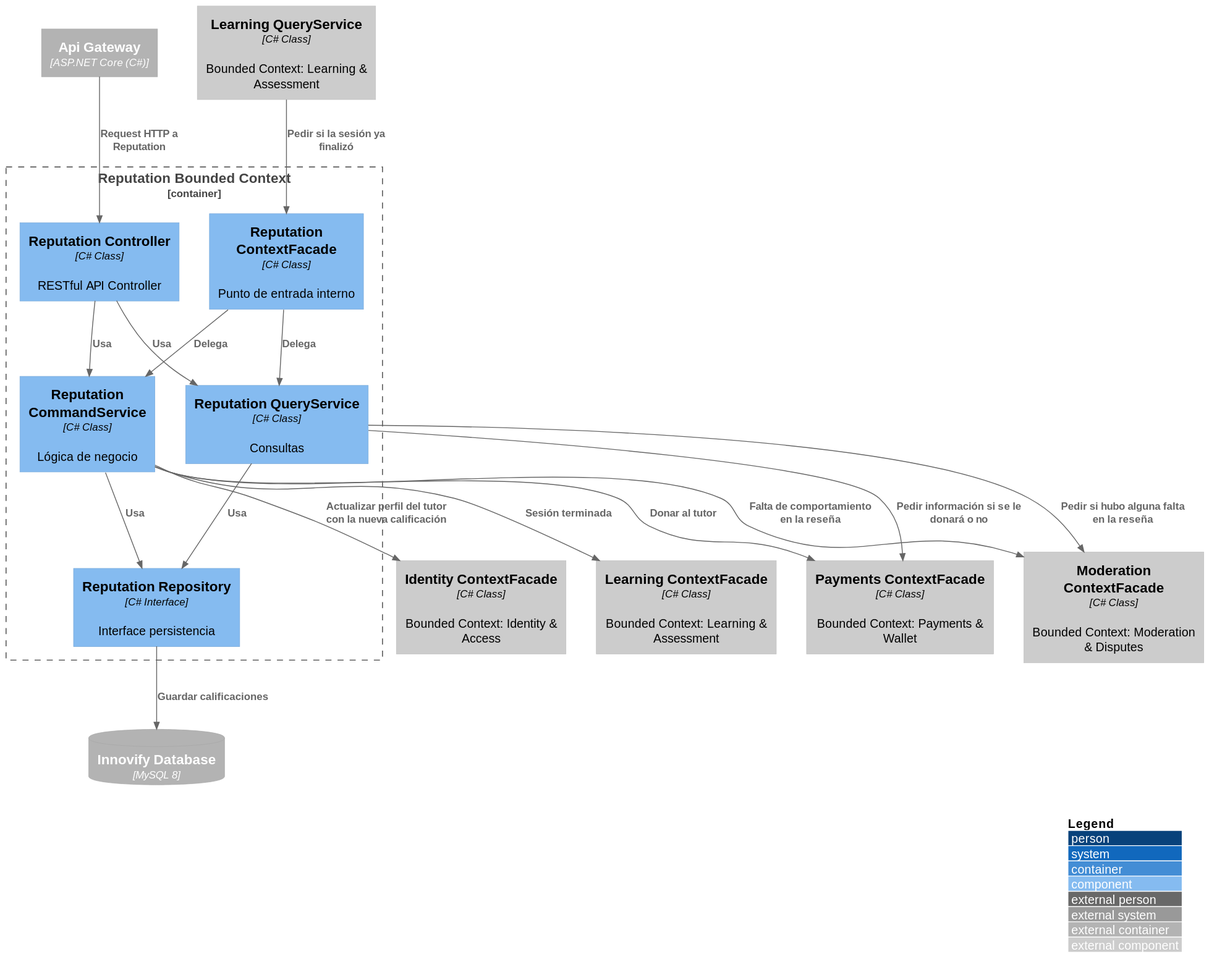
Before: images-doc/ReputationComponent.svg, a diagram exported from PlantUML (Aplicaciones-Dispositivos-Moviles/SkillSwap-ProjectReport). Its diagram source:
```plantuml
@startuml
!include https://raw.githubusercontent.com/plantuml-stdlib/C4-PlantUML/master/C4_Component.puml

LAYOUT_WITH_LEGEND()

Container_Ext(apiGateway, "Api Gateway", "ASP.NET Core (C#)")
ContainerDb_Ext(mainDB, "Innovify Database", "MySQL 8")

Container_Boundary(reputationBC, "Reputation Bounded Context") {
    Component(reputationController, "Reputation Controller", "C# Class", "RESTful API Controller")
    Component(reputationCommandService, "Reputation CommandService", "C# Class", "Lógica de negocio")
    Component(reputationQueryService, "Reputation QueryService", "C# Class", "Consultas")
    Component(reputationRepository, "Reputation Repository", "C# Interface", "Interface persistencia")
    Component(reputationContextFacade, "Reputation ContextFacade", "C# Class", "Punto de entrada interno")
}

Component_Ext(learningQueryService, "Learning QueryService", "C# Class", "Bounded Context: Learning & Assessment")
Component_Ext(learningContextFacade, "Learning ContextFacade", "C# Class", "Bounded Context: Learning & Assessment")
Component_Ext(identityContextFacade, "Identity ContextFacade", "C# Class", "Bounded Context: Identity & Access")
Component_Ext(moderationContextFacade, "Moderation ContextFacade", "C# Class", "Bounded Context: Moderation & Disputes")
Component_Ext(billingContextFacade, "Payments ContextFacade", "C# Class", "Bounded Context: Payments & Wallet")

Rel(apiGateway, reputationController, "Request HTTP a Reputation")
Rel(reputationController, reputationCommandService, "Usa")
Rel(reputationController, reputationQueryService, "Usa")
Rel(reputationCommandService, reputationRepository, "Usa")
Rel(reputationQueryService, reputationRepository, "Usa")
Rel(reputationRepository, mainDB, "Guardar calificaciones")

Rel(learningQueryService, reputationContextFacade, "Pedir si la sesión ya finalizó")
Rel(reputationCommandService, learningContextFacade, "Sesión terminada")
Rel(reputationCommandService, identityContextFacade, "Actualizar perfil del tutor con la nueva calificación")
Rel(reputationQueryService, moderationContextFacade, "Pedir si hubo alguna falta en la reseña")
Rel(reputationQueryService, billingContextFacade, "Pedir información si se le donará o no")
Rel(reputationCommandService, billingContextFacade, "Donar al tutor")
Rel(reputationCommandService, moderationContextFacade, "Falta de comportamiento en la reseña")

Rel(reputationContextFacade, reputationCommandService, "Delega")
Rel(reputationContextFacade, reputationQueryService, "Delega")
@enduml
```
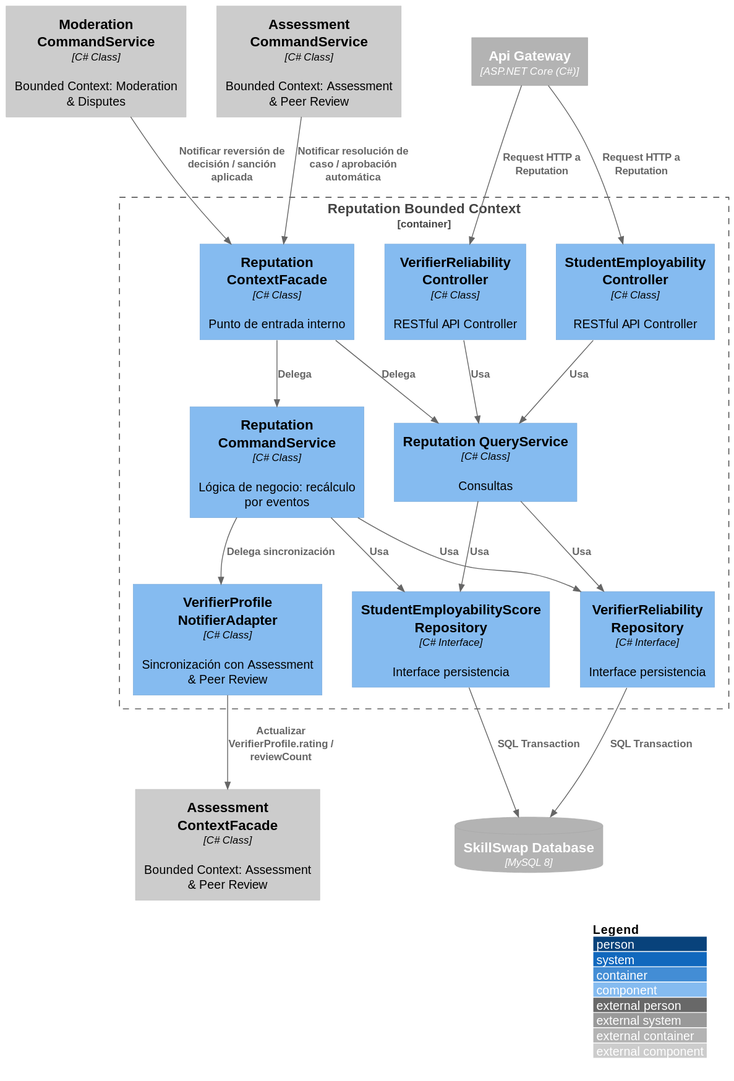
The same diagram one commit later.

Change to the diagram source:
```diff
@@ -4,37 +4,41 @@
 LAYOUT_WITH_LEGEND()
 
 Container_Ext(apiGateway, "Api Gateway", "ASP.NET Core (C#)")
-ContainerDb_Ext(mainDB, "Innovify Database", "MySQL 8")
+ContainerDb_Ext(mainDB, "SkillSwap Database", "MySQL 8")
 
 Container_Boundary(reputationBC, "Reputation Bounded Context") {
-    Component(reputationController, "Reputation Controller", "C# Class", "RESTful API Controller")
-    Component(reputationCommandService, "Reputation CommandService", "C# Class", "Lógica de negocio")
+    Component(verifierReliabilityController, "VerifierReliability Controller", "C# Class", "RESTful API Controller")
+    Component(studentEmployabilityController, "StudentEmployability Controller", "C# Class", "RESTful API Controller")
+    Component(reputationCommandService, "Reputation CommandService", "C# Class", "Lógica de negocio: recálculo por eventos")
     Component(reputationQueryService, "Reputation QueryService", "C# Class", "Consultas")
-    Component(reputationRepository, "Reputation Repository", "C# Interface", "Interface persistencia")
+    Component(verifierReliabilityRepository, "VerifierReliability Repository", "C# Interface", "Interface persistencia")
+    Component(studentEmployabilityRepository, "StudentEmployabilityScore Repository", "C# Interface", "Interface persistencia")
+    Component(verifierProfileNotifierExternal, "VerifierProfile NotifierAdapter", "C# Class", "Sincronización con Assessment & Peer Review")
     Component(reputationContextFacade, "Reputation ContextFacade", "C# Class", "Punto de entrada interno")
 }
 
-Component_Ext(learningQueryService, "Learning QueryService", "C# Class", "Bounded Context: Learning & Assessment")
-Component_Ext(learningContextFacade, "Learning ContextFacade", "C# Class", "Bounded Context: Learning & Assessment")
-Component_Ext(identityContextFacade, "Identity ContextFacade", "C# Class", "Bounded Context: Identity & Access")
-Component_Ext(moderationContextFacade, "Moderation ContextFacade", "C# Class", "Bounded Context: Moderation & Disputes")
-Component_Ext(billingContextFacade, "Payments ContextFacade", "C# Class", "Bounded Context: Payments & Wallet")
+Component_Ext(assessmentContextFacade, "Assessment ContextFacade", "C# Class", "Bounded Context: Assessment & Peer Review")
+Component_Ext(assessmentCommandService, "Assessment CommandService", "C# Class", "Bounded Context: Assessment & Peer Review")
+Component_Ext(moderationCommandService, "Moderation CommandService", "C# Class", "Bounded Context: Moderation & Disputes")
 
-Rel(apiGateway, reputationController, "Request HTTP a Reputation")
-Rel(reputationController, reputationCommandService, "Usa")
-Rel(reputationController, reputationQueryService, "Usa")
-Rel(reputationCommandService, reputationRepository, "Usa")
-Rel(reputationQueryService, reputationRepository, "Usa")
-Rel(reputationRepository, mainDB, "Guardar calificaciones")
+Rel(apiGateway, verifierReliabilityController, "Request HTTP a Reputation")
+Rel(apiGateway, studentEmployabilityController, "Request HTTP a Reputation")
+Rel(verifierReliabilityController, reputationQueryService, "Usa")
+Rel(studentEmployabilityController, reputationQueryService, "Usa")
 
-Rel(learningQueryService, reputationContextFacade, "Pedir si la sesión ya finalizó")
-Rel(reputationCommandService, learningContextFacade, "Sesión terminada")
-Rel(reputationCommandService, identityContextFacade, "Actualizar perfil del tutor con la nueva calificación")
-Rel(reputationQueryService, moderationContextFacade, "Pedir si hubo alguna falta en la reseña")
-Rel(reputationQueryService, billingContextFacade, "Pedir información si se le donará o no")
-Rel(reputationCommandService, billingContextFacade, "Donar al tutor")
-Rel(reputationCommandService, moderationContextFacade, "Falta de comportamiento en la reseña")
+Rel(reputationCommandService, verifierReliabilityRepository, "Usa")
+Rel(reputationCommandService, studentEmployabilityRepository, "Usa")
+Rel(reputationQueryService, verifierReliabilityRepository, "Usa")
+Rel(reputationQueryService, studentEmployabilityRepository, "Usa")
+Rel(verifierReliabilityRepository, mainDB, "SQL Transaction")
+Rel(studentEmployabilityRepository, mainDB, "SQL Transaction")
+
+Rel(reputationCommandService, verifierProfileNotifierExternal, "Delega sincronización")
+Rel(verifierProfileNotifierExternal, assessmentContextFacade, "Actualizar VerifierProfile.rating / reviewCount")
 
 Rel(reputationContextFacade, reputationCommandService, "Delega")
 Rel(reputationContextFacade, reputationQueryService, "Delega")
+
+Rel(assessmentCommandService, reputationContextFacade, "Notificar resolución de caso / aprobación automática")
+Rel(moderationCommandService, reputationContextFacade, "Notificar reversión de decisión / sanción aplicada")
 @enduml
```
